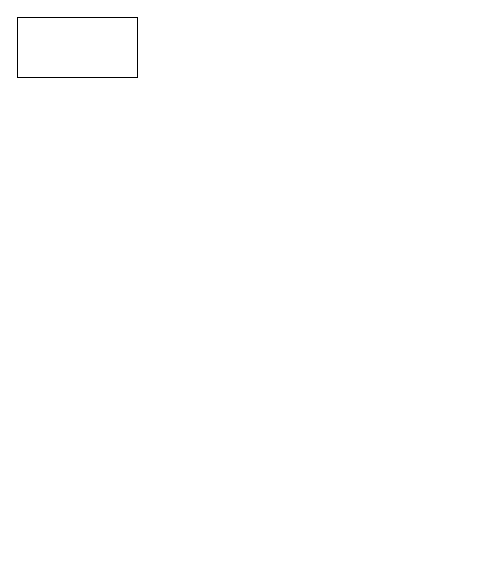
This is 未命名绘图.drawio from NTH19/Diagram, a draw.io file, before an edit. Source tidied: cells renumbered, new cells numbered last; positions are measured from the earlier drawing's top-left corner, leaving out a move shared by most shapes. Both pictures are drawn from the tidied source at 100%, with x=0, y=0 at pixel (17, 17).
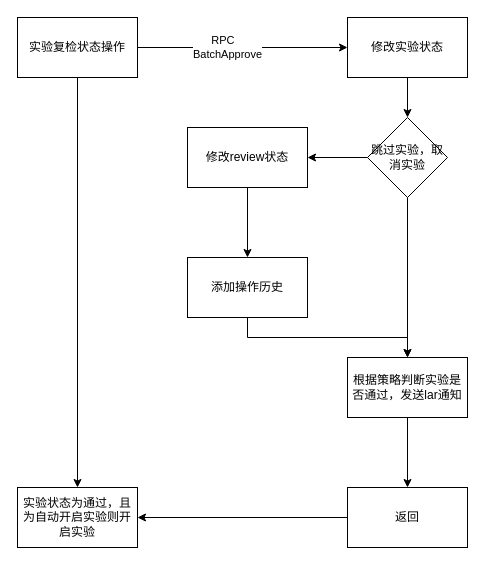
The same diagram, later.

Commit message:
更新未命名绘图.drawio

What changed in the source:
```diff
@@
 <mxGraphModel>
   <root>
     <mxCell id="0" />
     <mxCell id="1" parent="0" />
+    <mxCell id="3" value="RPC&amp;nbsp; &amp;nbsp;&lt;br&gt;BatchApprove" style="edgeStyle=orthogonalEdgeStyle;rounded=0;jettySize=auto;html=1;" parent="1" edge="1" source="2" target="6">
+      <mxGeometry x="-0.14" relative="1" as="geometry" />
+    </mxCell>
+    <mxCell id="4" style="edgeStyle=orthogonalEdgeStyle;rounded=0;jettySize=auto;html=1;" parent="1" edge="1" source="2" target="16">
+      <mxGeometry relative="1" as="geometry" />
+    </mxCell>
-    <mxCell id="2" style="rounded=0;whiteSpace=wrap;html=1;" parent="1" vertex="1">
+    <mxCell id="2" value="实验复检状态操作" style="rounded=0;whiteSpace=wrap;html=1;" parent="1" vertex="1">
       <mxGeometry width="120" height="60" as="geometry" />
     </mxCell>
+    <mxCell id="5" style="edgeStyle=orthogonalEdgeStyle;rounded=0;jettySize=auto;html=1;entryX=0.5;entryY=0;entryDx=0;entryDy=0;" parent="1" edge="1" source="6" target="13">
+      <mxGeometry relative="1" as="geometry" />
+    </mxCell>
+    <mxCell id="6" value="修改实验状态" style="rounded=0;whiteSpace=wrap;html=1;" parent="1" vertex="1">
+      <mxGeometry x="330" width="120" height="60" as="geometry" />
+    </mxCell>
+    <mxCell id="7" style="edgeStyle=orthogonalEdgeStyle;rounded=0;jettySize=auto;html=1;" parent="1" edge="1" source="8" target="10">
+      <mxGeometry relative="1" as="geometry" />
+    </mxCell>
+    <mxCell id="8" value="根据策略判断实验是否通过，发送lar通知" style="whiteSpace=wrap;html=1;rounded=0;" parent="1" vertex="1">
+      <mxGeometry x="330" y="340" width="120" height="60" as="geometry" />
+    </mxCell>
+    <mxCell id="9" style="edgeStyle=orthogonalEdgeStyle;rounded=0;jettySize=auto;html=1;exitX=0;exitY=0.5;exitDx=0;exitDy=0;" parent="1" edge="1" source="10" target="16">
+      <mxGeometry relative="1" as="geometry" />
+    </mxCell>
+    <mxCell id="10" value="返回" style="whiteSpace=wrap;html=1;rounded=0;" parent="1" vertex="1">
+      <mxGeometry x="330" y="470" width="120" height="60" as="geometry" />
+    </mxCell>
+    <mxCell id="11" style="edgeStyle=orthogonalEdgeStyle;rounded=0;jettySize=auto;html=1;" parent="1" edge="1" source="13" target="15">
+      <mxGeometry relative="1" as="geometry" />
+    </mxCell>
+    <mxCell id="12" style="edgeStyle=orthogonalEdgeStyle;rounded=0;jettySize=auto;html=1;exitX=0.5;exitY=1;exitDx=0;exitDy=0;entryX=0.5;entryY=0;entryDx=0;entryDy=0;" parent="1" edge="1" source="13" target="8">
+      <mxGeometry relative="1" as="geometry" />
+    </mxCell>
+    <mxCell id="13" value="跳过实验，取消实验" style="rhombus;whiteSpace=wrap;html=1;" parent="1" vertex="1">
+      <mxGeometry x="350" y="100" width="80" height="80" as="geometry" />
+    </mxCell>
+    <mxCell id="14" style="edgeStyle=orthogonalEdgeStyle;rounded=0;jettySize=auto;html=1;exitX=0.5;exitY=1;exitDx=0;exitDy=0;entryX=0.5;entryY=0;entryDx=0;entryDy=0;" parent="1" edge="1" source="15" target="18">
+      <mxGeometry relative="1" as="geometry" />
+    </mxCell>
+    <mxCell id="15" value="修改review状态" style="whiteSpace=wrap;html=1;" parent="1" vertex="1">
+      <mxGeometry x="170" y="110" width="120" height="60" as="geometry" />
+    </mxCell>
+    <mxCell id="16" value="实验状态为通过，且为自动开启实验则开启实验" style="whiteSpace=wrap;html=1;rounded=0;" parent="1" vertex="1">
+      <mxGeometry y="470" width="120" height="60" as="geometry" />
+    </mxCell>
+    <mxCell id="17" style="edgeStyle=orthogonalEdgeStyle;rounded=0;jettySize=auto;html=1;exitX=0.5;exitY=1;exitDx=0;exitDy=0;" parent="1" edge="1" source="18" target="8">
+      <mxGeometry relative="1" as="geometry" />
+    </mxCell>
+    <mxCell id="18" value="添加操作历史" style="whiteSpace=wrap;html=1;" parent="1" vertex="1">
+      <mxGeometry x="170" y="240" width="120" height="60" as="geometry" />
+    </mxCell>
   </root>
 </mxGraphModel>
```
